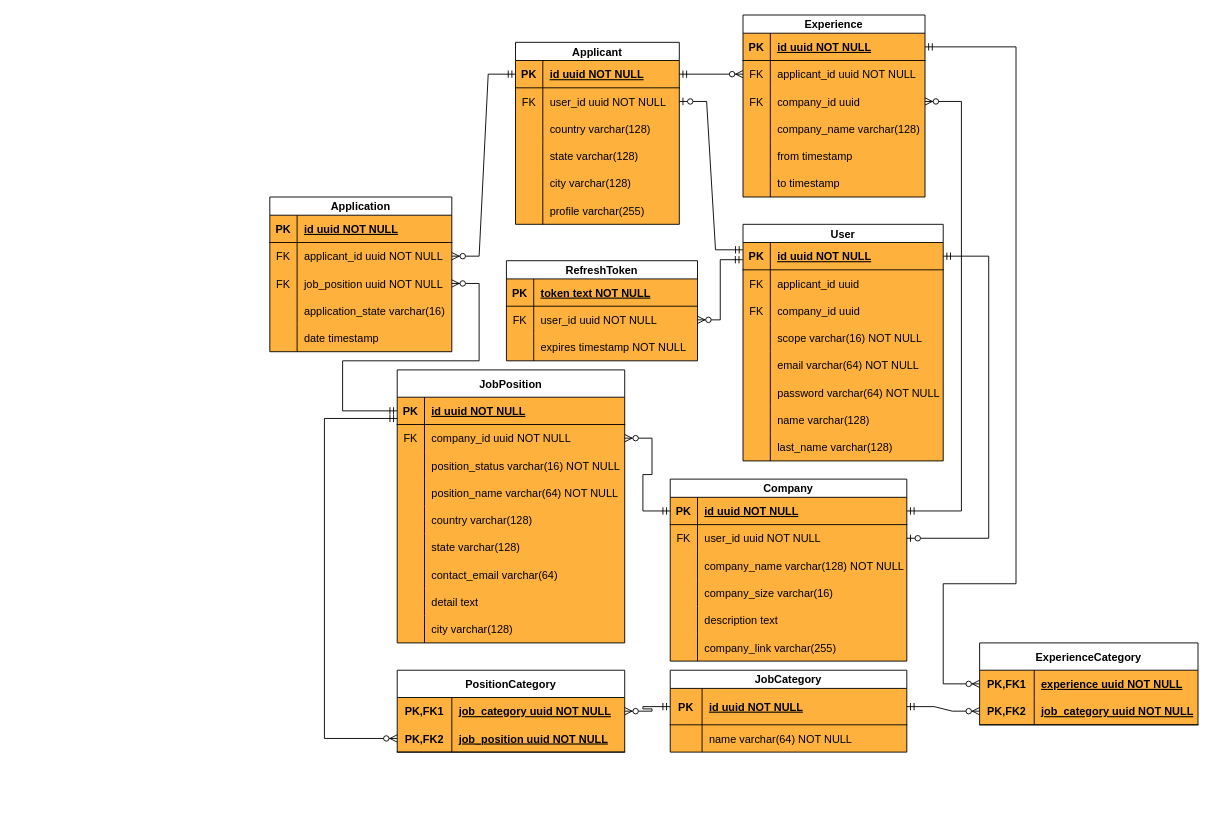
BUTAJI9l-IT/job-portal keeps this draw.io diagram as diagrams/ERD.drawio. Above is the earlier version. Source tidied: cells renumbered, new cells numbered last; positions are measured from the earlier drawing's top-left corner, leaving out a move shared by most shapes. Both pictures are drawn from the tidied source at 91%, with x=0, y=0 at pixel (269, 15).
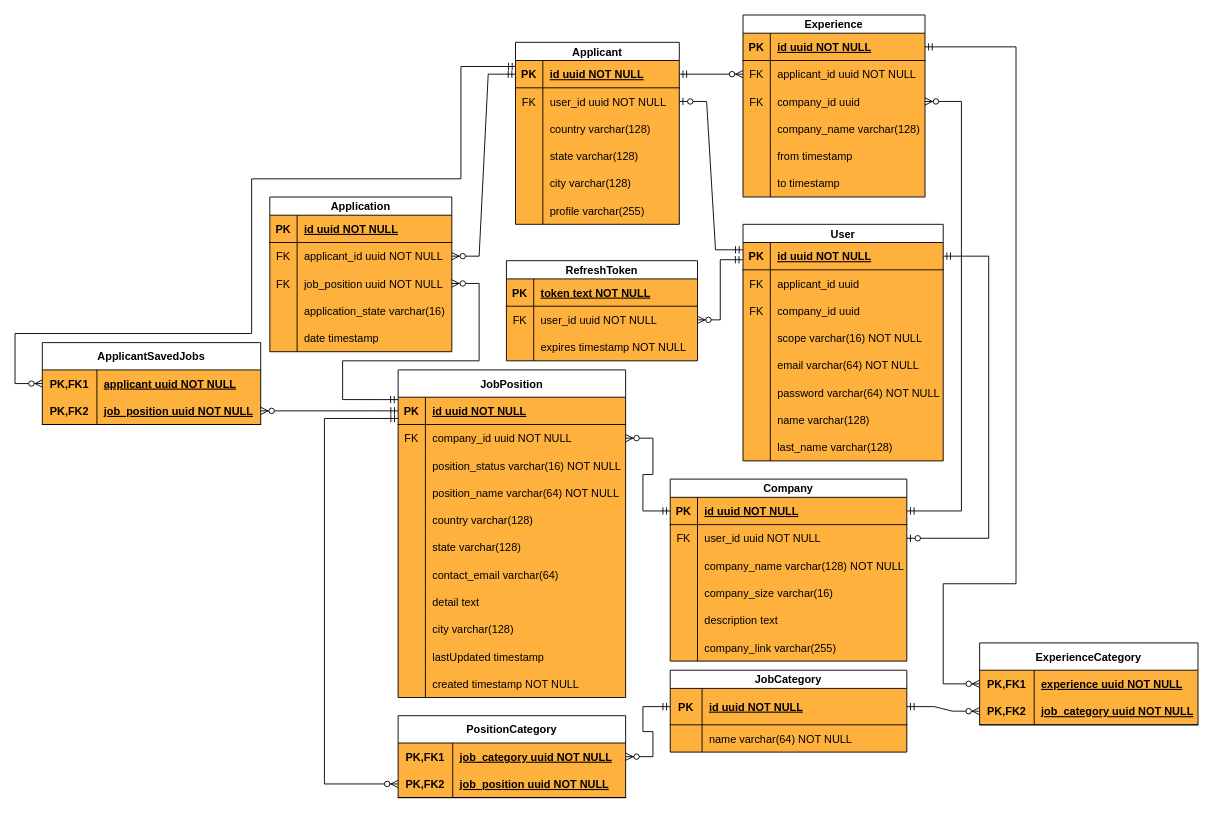
The same page after the edit.

Commit message (it also covers changes not shown here):
feat: add saved jobs to applicant, created and last updates timestamps to job position

The change refers to these unchanged cells:
```xml
<mxCell id="3" style="shape=tableRow;horizontal=0;startSize=0;swimlaneHead=0;swimlaneBody=0;fillColor=none;points=[[0,0.5],[1,0.5]];portConstraint=eastwest;top=0;left=0;right=0;bottom=1;" parent="2" vertex="1">
  <mxGeometry y="20" width="180" height="30" as="geometry" />
</mxCell>
<mxCell id="28" style="shape=tableRow;horizontal=0;startSize=0;swimlaneHead=0;swimlaneBody=0;fillColor=none;points=[[0,0.5],[1,0.5]];portConstraint=eastwest;top=0;left=0;right=0;bottom=0;" parent="21" vertex="1">
  <mxGeometry y="80" width="200" height="30" as="geometry" />
</mxCell>
<mxCell id="121" style="shape=tableRow;horizontal=0;startSize=0;swimlaneHead=0;swimlaneBody=0;fillColor=none;points=[[0,0.5],[1,0.5]];portConstraint=eastwest;top=0;left=0;right=0;bottom=1;" parent="120" vertex="1">
  <mxGeometry y="30" width="250" height="30" as="geometry" />
</mxCell>
<mxCell id="154" style="shape=tableRow;horizontal=0;startSize=0;swimlaneHead=0;swimlaneBody=0;fillColor=none;points=[[0,0.5],[1,0.5]];portConstraint=eastwest;top=0;left=0;right=0;bottom=1;" parent="150" vertex="1">
  <mxGeometry y="60" width="250" height="30" as="geometry" />
</mxCell>
```

The edit, as a diff of the source:
```diff
@@
     <mxCell id="120" value="JobPosition" style="shape=table;startSize=30;childLayout=tableLayout;rowLines=0;fontStyle=1;align=center;swimlaneFillColor=#FFB13D;" parent="1" vertex="1">
-      <mxGeometry x="140" y="390" width="250" height="300" as="geometry" />
+      <mxGeometry x="141" y="390" width="250" height="360" as="geometry" />
     </mxCell>
@@
+    <mxCell id="171" style="shape=tableRow;horizontal=0;startSize=0;swimlaneHead=0;swimlaneBody=0;fillColor=none;top=0;left=0;right=0;bottom=0;" parent="120" vertex="1">
+      <mxGeometry y="300" width="250" height="30" as="geometry" />
+    </mxCell>
+    <mxCell id="172" style="shape=partialRectangle;fillColor=none;top=0;left=0;bottom=0;right=0;overflow=hidden;" parent="171" vertex="1">
+      <mxGeometry width="30" height="30" as="geometry" />
+    </mxCell>
+    <mxCell id="173" value="lastUpdated timestamp" style="shape=partialRectangle;fillColor=none;top=0;left=0;bottom=0;right=0;align=left;spacingLeft=6;overflow=hidden;" parent="171" vertex="1">
+      <mxGeometry x="30" width="220" height="30" as="geometry" />
+    </mxCell>
+    <mxCell id="174" style="shape=tableRow;horizontal=0;startSize=0;swimlaneHead=0;swimlaneBody=0;fillColor=none;top=0;left=0;right=0;bottom=0;" parent="120" vertex="1">
+      <mxGeometry y="330" width="250" height="30" as="geometry" />
+    </mxCell>
+    <mxCell id="175" style="shape=partialRectangle;fillColor=none;top=0;left=0;bottom=0;right=0;overflow=hidden;" parent="174" vertex="1">
+      <mxGeometry width="30" height="30" as="geometry" />
+    </mxCell>
+    <mxCell id="176" value="created timestamp NOT NULL" style="shape=partialRectangle;fillColor=none;top=0;left=0;bottom=0;right=0;align=left;spacingLeft=6;overflow=hidden;" parent="174" vertex="1">
+      <mxGeometry x="30" width="220" height="30" as="geometry" />
+    </mxCell>
-    <mxCell id="148" style="edgeStyle=orthogonalEdgeStyle;fontSize=12;html=1;endArrow=ERzeroToMany;startArrow=ERmandOne;rounded=0;exitX=0;exitY=0.5;exitDx=0;exitDy=0;" parent="1" edge="1" source="121" target="28">
+    <mxCell id="148" style="edgeStyle=orthogonalEdgeStyle;fontSize=12;html=1;endArrow=ERzeroToMany;startArrow=ERmandOne;rounded=0;exitX=-0.001;exitY=0.088;exitDx=0;exitDy=0;exitPerimeter=0;" parent="1" edge="1" source="121" target="28">
       <mxGeometry relative="1" as="geometry">
         <Array as="points">
-          <mxPoint x="80" y="435" />
+          <mxPoint x="80" y="423" />
           <mxPoint x="80" y="380" />
           <mxPoint x="230" y="380" />
           <mxPoint x="230" y="295" />
         </Array>
       </mxGeometry>
     </mxCell>
@@
     <mxCell id="150" value="PositionCategory" style="shape=table;startSize=30;childLayout=tableLayout;rowLines=0;fontStyle=1;align=center;swimlaneFillColor=#FFB13D;" parent="1" vertex="1">
-      <mxGeometry x="140" y="720" width="250" height="90" as="geometry" />
+      <mxGeometry x="141" y="770" width="250" height="90" as="geometry" />
     </mxCell>
@@
     <mxCell id="157" style="fontSize=12;html=1;endArrow=ERzeroToMany;startArrow=ERmandOne;rounded=0;entryX=0;entryY=0.5;entryDx=0;entryDy=0;exitX=0;exitY=0.778;exitDx=0;exitDy=0;exitPerimeter=0;edgeStyle=elbowEdgeStyle;" parent="1" edge="1" source="121" target="154">
       <mxGeometry relative="1" as="geometry">
         <Array as="points">
+          <mxPoint x="60" y="460" />
+          <mxPoint x="60" y="460" />
+          <mxPoint x="60" y="450" />
           <mxPoint x="60" y="520" />
         </Array>
       </mxGeometry>
     </mxCell>
@@
+    <mxCell id="177" value="ApplicantSavedJobs" style="shape=table;startSize=30;childLayout=tableLayout;rowLines=0;fontStyle=1;align=center;swimlaneFillColor=#FFB13D;" parent="1" vertex="1">
+      <mxGeometry x="-250" y="360" width="240" height="90" as="geometry" />
+    </mxCell>
+    <mxCell id="178" style="shape=tableRow;horizontal=0;startSize=0;swimlaneHead=0;swimlaneBody=0;fillColor=none;points=[[0,0.5],[1,0.5]];portConstraint=eastwest;top=0;left=0;right=0;bottom=0;" parent="177" vertex="1">
+      <mxGeometry y="30" width="240" height="30" as="geometry" />
+    </mxCell>
+    <mxCell id="179" value="PK,FK1" style="shape=partialRectangle;fillColor=none;top=0;left=0;bottom=0;right=0;fontStyle=1;overflow=hidden;" parent="178" vertex="1">
+      <mxGeometry width="60" height="30" as="geometry" />
+    </mxCell>
+    <mxCell id="180" value="applicant uuid NOT NULL" style="shape=partialRectangle;fillColor=none;top=0;left=0;bottom=0;right=0;align=left;spacingLeft=6;fontStyle=5;overflow=hidden;" parent="178" vertex="1">
+      <mxGeometry x="60" width="180" height="30" as="geometry" />
+    </mxCell>
+    <mxCell id="181" style="shape=tableRow;horizontal=0;startSize=0;swimlaneHead=0;swimlaneBody=0;fillColor=none;points=[[0,0.5],[1,0.5]];portConstraint=eastwest;top=0;left=0;right=0;bottom=1;" parent="177" vertex="1">
+      <mxGeometry y="60" width="240" height="30" as="geometry" />
+    </mxCell>
+    <mxCell id="182" value="PK,FK2" style="shape=partialRectangle;fillColor=none;top=0;left=0;bottom=0;right=0;fontStyle=1;overflow=hidden;" parent="181" vertex="1">
+      <mxGeometry width="60" height="30" as="geometry" />
+    </mxCell>
+    <mxCell id="183" value="job_position uuid NOT NULL" style="shape=partialRectangle;fillColor=none;top=0;left=0;bottom=0;right=0;align=left;spacingLeft=6;fontStyle=5;overflow=hidden;" parent="181" vertex="1">
+      <mxGeometry x="60" width="180" height="30" as="geometry" />
+    </mxCell>
+    <mxCell id="184" style="edgeStyle=entityRelationEdgeStyle;fontSize=12;html=1;endArrow=ERzeroToMany;startArrow=ERmandOne;rounded=0;entryX=1;entryY=0.5;entryDx=0;entryDy=0;exitX=0;exitY=0.5;exitDx=0;exitDy=0;" parent="1" edge="1" source="121" target="181">
+      <mxGeometry relative="1" as="geometry" />
+    </mxCell>
+    <mxCell id="185" style="edgeStyle=orthogonalEdgeStyle;fontSize=12;html=1;endArrow=ERzeroToMany;startArrow=ERmandOne;rounded=0;exitX=0.002;exitY=0.219;exitDx=0;exitDy=0;exitPerimeter=0;elbow=vertical;entryX=0;entryY=0.5;entryDx=0;entryDy=0;" parent="1" edge="1" source="3" target="178">
+      <mxGeometry relative="1" as="geometry">
+        <Array as="points">
+          <mxPoint x="210" y="57" />
+          <mxPoint x="210" y="180" />
+          <mxPoint x="-20" y="180" />
+          <mxPoint x="-20" y="350" />
+          <mxPoint x="-280" y="350" />
+          <mxPoint x="-280" y="405" />
+        </Array>
+      </mxGeometry>
+    </mxCell>
```
